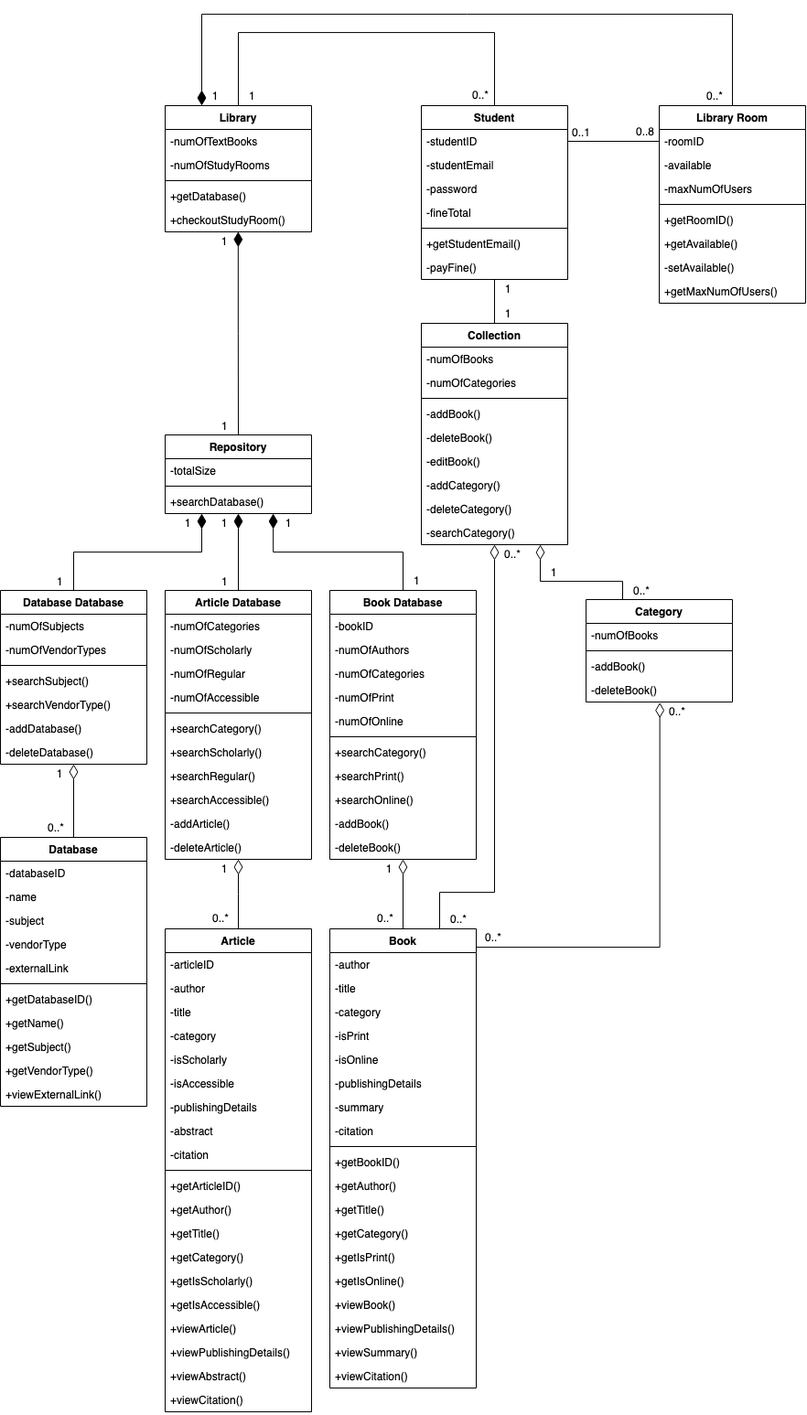
Above: imgs/Class Diagram.png in DavidB09/3354-bookworm (draw.io), before the change. Source tidied: cells renumbered, new cells last; positions are measured from the earlier drawing's top-left corner, leaving out a move shared by most shapes.
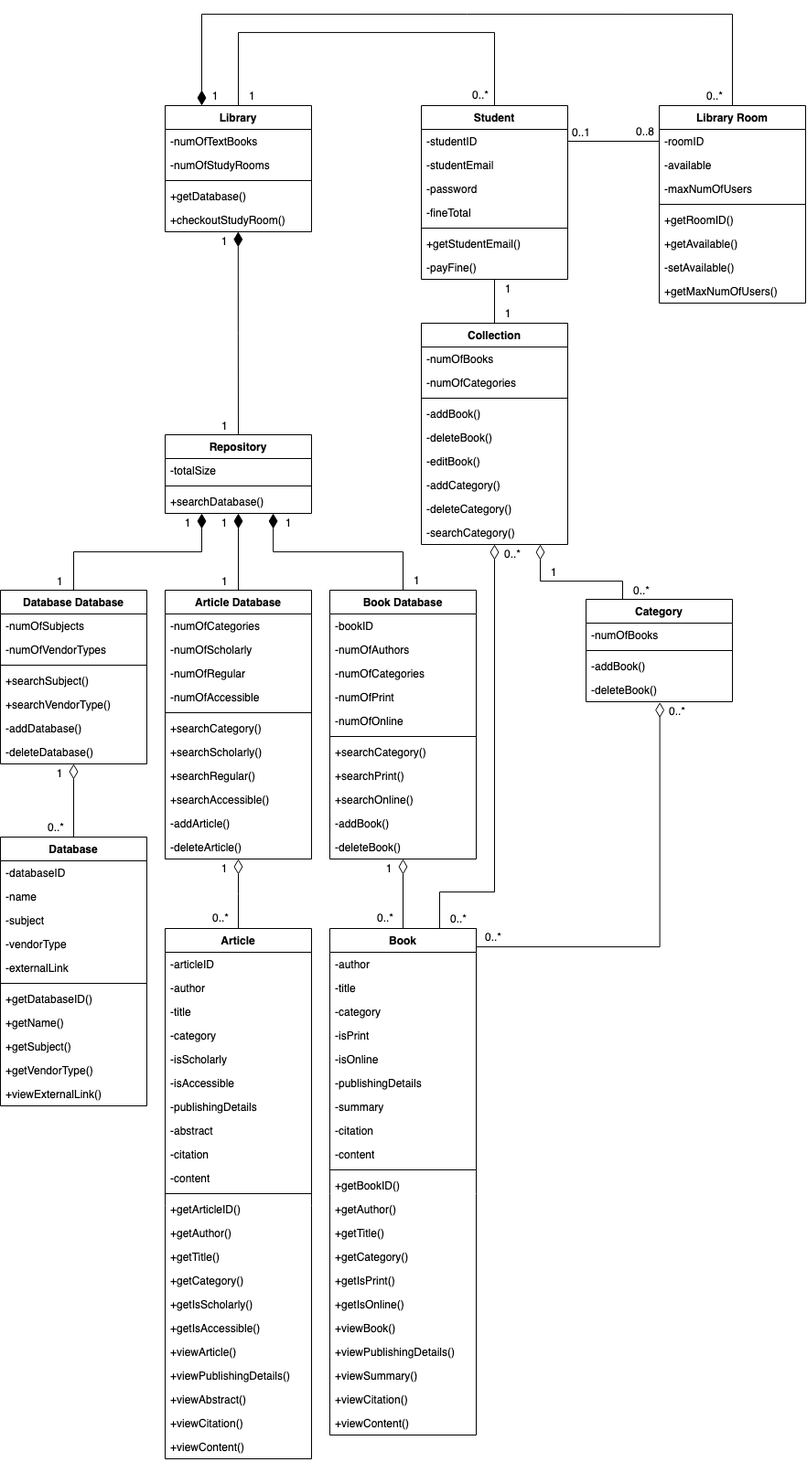
Above is the later version.

Commit message:
Update class diagrams and add Project Proposal doc from previous assignmet

Change to the diagram source:
```diff
@@ -224,7 +224,7 @@
       <mxGeometry y="268" width="160" height="26" as="geometry" />
     </mxCell>
     <mxCell id="74" value="Article" style="swimlane;fontStyle=1;align=center;verticalAlign=top;horizontal=1;startSize=26;whiteSpace=wrap;html=1;fontSize=12;" parent="1" vertex="1">
-      <mxGeometry x="180" y="1000" width="160" height="528" as="geometry" />
+      <mxGeometry x="180" y="1000" width="160" height="580" as="geometry" />
     </mxCell>
     <mxCell id="75" value="&lt;div style=&quot;font-size: 12px;&quot;&gt;-articleID&lt;/div&gt;" style="text;strokeColor=none;fillColor=none;align=left;verticalAlign=top;spacingLeft=4;spacingRight=4;overflow=hidden;whiteSpace=wrap;html=1;fontSize=12;" parent="74" vertex="1">
       <mxGeometry y="26" width="160" height="26" as="geometry" />
@@ -253,38 +253,44 @@
     <mxCell id="83" value="&lt;div style=&quot;font-size: 12px;&quot;&gt;-citation&lt;/div&gt;" style="text;strokeColor=none;fillColor=none;align=left;verticalAlign=top;spacingLeft=4;spacingRight=4;overflow=hidden;whiteSpace=wrap;html=1;fontSize=12;" parent="74" vertex="1">
       <mxGeometry y="234" width="160" height="26" as="geometry" />
     </mxCell>
+    <mxCell id="159" value="&lt;div style=&quot;font-size: 12px;&quot;&gt;-content&lt;/div&gt;" style="text;strokeColor=none;fillColor=none;align=left;verticalAlign=top;spacingLeft=4;spacingRight=4;overflow=hidden;whiteSpace=wrap;html=1;fontSize=12;" parent="74" vertex="1">
+      <mxGeometry y="260" width="160" height="26" as="geometry" />
+    </mxCell>
     <mxCell id="84" style="line;strokeWidth=1;fillColor=none;align=left;verticalAlign=middle;spacingTop=-1;spacingLeft=3;spacingRight=3;labelPosition=right;strokeColor=inherit;fontSize=12;" parent="74" vertex="1">
-      <mxGeometry y="260" width="160" height="8" as="geometry" />
+      <mxGeometry y="286" width="160" height="8" as="geometry" />
     </mxCell>
     <mxCell id="85" value="+getArticleID()" style="text;strokeColor=none;fillColor=none;align=left;verticalAlign=top;spacingLeft=4;spacingRight=4;overflow=hidden;whiteSpace=wrap;html=1;fontSize=12;" parent="74" vertex="1">
-      <mxGeometry y="268" width="160" height="26" as="geometry" />
+      <mxGeometry y="294" width="160" height="26" as="geometry" />
     </mxCell>
     <mxCell id="86" value="+getAuthor()" style="text;strokeColor=none;fillColor=none;align=left;verticalAlign=top;spacingLeft=4;spacingRight=4;overflow=hidden;whiteSpace=wrap;html=1;fontSize=12;" parent="74" vertex="1">
-      <mxGeometry y="294" width="160" height="26" as="geometry" />
+      <mxGeometry y="320" width="160" height="26" as="geometry" />
     </mxCell>
     <mxCell id="87" value="+getTitle()" style="text;strokeColor=none;fillColor=none;align=left;verticalAlign=top;spacingLeft=4;spacingRight=4;overflow=hidden;whiteSpace=wrap;html=1;fontSize=12;" parent="74" vertex="1">
-      <mxGeometry y="320" width="160" height="26" as="geometry" />
+      <mxGeometry y="346" width="160" height="26" as="geometry" />
     </mxCell>
     <mxCell id="88" value="+getCategory()" style="text;strokeColor=none;fillColor=none;align=left;verticalAlign=top;spacingLeft=4;spacingRight=4;overflow=hidden;whiteSpace=wrap;html=1;fontSize=12;" parent="74" vertex="1">
-      <mxGeometry y="346" width="160" height="26" as="geometry" />
+      <mxGeometry y="372" width="160" height="26" as="geometry" />
     </mxCell>
     <mxCell id="89" value="+getIsScholarly()" style="text;strokeColor=none;fillColor=none;align=left;verticalAlign=top;spacingLeft=4;spacingRight=4;overflow=hidden;whiteSpace=wrap;html=1;fontSize=12;" parent="74" vertex="1">
-      <mxGeometry y="372" width="160" height="26" as="geometry" />
+      <mxGeometry y="398" width="160" height="26" as="geometry" />
     </mxCell>
     <mxCell id="90" value="+getIsAccessible()" style="text;strokeColor=none;fillColor=none;align=left;verticalAlign=top;spacingLeft=4;spacingRight=4;overflow=hidden;whiteSpace=wrap;html=1;fontSize=12;" parent="74" vertex="1">
-      <mxGeometry y="398" width="160" height="26" as="geometry" />
+      <mxGeometry y="424" width="160" height="26" as="geometry" />
     </mxCell>
     <mxCell id="91" value="+viewArticle()" style="text;strokeColor=none;fillColor=none;align=left;verticalAlign=top;spacingLeft=4;spacingRight=4;overflow=hidden;whiteSpace=wrap;html=1;fontSize=12;" parent="74" vertex="1">
-      <mxGeometry y="424" width="160" height="26" as="geometry" />
+      <mxGeometry y="450" width="160" height="26" as="geometry" />
     </mxCell>
     <mxCell id="92" value="+viewPublishingDetails()" style="text;strokeColor=none;fillColor=none;align=left;verticalAlign=top;spacingLeft=4;spacingRight=4;overflow=hidden;whiteSpace=wrap;html=1;fontSize=12;" parent="74" vertex="1">
-      <mxGeometry y="450" width="160" height="26" as="geometry" />
+      <mxGeometry y="476" width="160" height="26" as="geometry" />
     </mxCell>
     <mxCell id="93" value="+viewAbstract()" style="text;strokeColor=none;fillColor=none;align=left;verticalAlign=top;spacingLeft=4;spacingRight=4;overflow=hidden;whiteSpace=wrap;html=1;fontSize=12;" parent="74" vertex="1">
-      <mxGeometry y="476" width="160" height="26" as="geometry" />
+      <mxGeometry y="502" width="160" height="26" as="geometry" />
     </mxCell>
+    <mxCell id="160" value="+viewCitation()" style="text;strokeColor=none;fillColor=none;align=left;verticalAlign=top;spacingLeft=4;spacingRight=4;overflow=hidden;whiteSpace=wrap;html=1;fontSize=12;" parent="74" vertex="1">
+      <mxGeometry y="528" width="160" height="26" as="geometry" />
+    </mxCell>
-    <mxCell id="94" value="+viewCitation()" style="text;strokeColor=none;fillColor=none;align=left;verticalAlign=top;spacingLeft=4;spacingRight=4;overflow=hidden;whiteSpace=wrap;html=1;fontSize=12;" parent="74" vertex="1">
-      <mxGeometry y="502" width="160" height="26" as="geometry" />
+    <mxCell id="94" value="+viewContent()" style="text;strokeColor=none;fillColor=none;align=left;verticalAlign=top;spacingLeft=4;spacingRight=4;overflow=hidden;whiteSpace=wrap;html=1;fontSize=12;" parent="74" vertex="1">
+      <mxGeometry y="554" width="160" height="26" as="geometry" />
     </mxCell>
     <mxCell id="95" value="0..*" style="endArrow=none;html=1;endSize=12;startArrow=diamondThin;startSize=14;startFill=0;edgeStyle=orthogonalEdgeStyle;align=left;verticalAlign=bottom;rounded=0;fontSize=12;exitX=0.5;exitY=1;exitDx=0;exitDy=0;entryX=0.5;entryY=0;entryDx=0;entryDy=0;endFill=0;" parent="1" edge="1" source="8" target="62">
       <mxGeometry x="1" y="-30" relative="1" as="geometry" />
@@ -305,7 +311,7 @@
       <mxGeometry x="230" y="924" width="30" height="22" as="geometry" />
     </mxCell>
     <mxCell id="99" value="Book" style="swimlane;fontStyle=1;align=center;verticalAlign=top;horizontal=1;startSize=26;whiteSpace=wrap;html=1;fontSize=12;" parent="1" vertex="1">
-      <mxGeometry x="360" y="1000" width="160" height="502" as="geometry" />
+      <mxGeometry x="360" y="1000" width="160" height="554" as="geometry" />
     </mxCell>
     <mxCell id="100" value="&lt;div style=&quot;font-size: 12px;&quot;&gt;-author&lt;/div&gt;" style="text;strokeColor=none;fillColor=none;align=left;verticalAlign=top;spacingLeft=4;spacingRight=4;overflow=hidden;whiteSpace=wrap;html=1;fontSize=12;" parent="99" vertex="1">
       <mxGeometry y="26" width="160" height="26" as="geometry" />
@@ -331,39 +337,45 @@
     <mxCell id="107" value="-citation" style="text;strokeColor=none;fillColor=none;align=left;verticalAlign=top;spacingLeft=4;spacingRight=4;overflow=hidden;whiteSpace=wrap;html=1;fontSize=12;" parent="99" vertex="1">
       <mxGeometry y="208" width="160" height="26" as="geometry" />
     </mxCell>
+    <mxCell id="161" value="-content" style="text;strokeColor=none;fillColor=none;align=left;verticalAlign=top;spacingLeft=4;spacingRight=4;overflow=hidden;whiteSpace=wrap;html=1;fontSize=12;" parent="99" vertex="1">
+      <mxGeometry y="234" width="160" height="26" as="geometry" />
+    </mxCell>
     <mxCell id="108" style="line;strokeWidth=1;fillColor=none;align=left;verticalAlign=middle;spacingTop=-1;spacingLeft=3;spacingRight=3;labelPosition=right;strokeColor=inherit;fontSize=12;" parent="99" vertex="1">
-      <mxGeometry y="234" width="160" height="8" as="geometry" />
+      <mxGeometry y="260" width="160" height="8" as="geometry" />
     </mxCell>
     <mxCell id="109" value="+getBookID()" style="text;strokeColor=none;fillColor=none;align=left;verticalAlign=top;spacingLeft=4;spacingRight=4;overflow=hidden;whiteSpace=wrap;html=1;fontSize=12;" parent="99" vertex="1">
-      <mxGeometry y="242" width="160" height="26" as="geometry" />
+      <mxGeometry y="268" width="160" height="26" as="geometry" />
     </mxCell>
     <mxCell id="110" value="+getAuthor()" style="text;strokeColor=none;fillColor=none;align=left;verticalAlign=top;spacingLeft=4;spacingRight=4;overflow=hidden;whiteSpace=wrap;html=1;fontSize=12;" parent="99" vertex="1">
-      <mxGeometry y="268" width="160" height="26" as="geometry" />
+      <mxGeometry y="294" width="160" height="26" as="geometry" />
     </mxCell>
     <mxCell id="111" value="+getTitle()" style="text;strokeColor=none;fillColor=none;align=left;verticalAlign=top;spacingLeft=4;spacingRight=4;overflow=hidden;whiteSpace=wrap;html=1;fontSize=12;" parent="99" vertex="1">
-      <mxGeometry y="294" width="160" height="26" as="geometry" />
+      <mxGeometry y="320" width="160" height="26" as="geometry" />
     </mxCell>
     <mxCell id="112" value="+getCategory()" style="text;strokeColor=none;fillColor=none;align=left;verticalAlign=top;spacingLeft=4;spacingRight=4;overflow=hidden;whiteSpace=wrap;html=1;fontSize=12;" parent="99" vertex="1">
-      <mxGeometry y="320" width="160" height="26" as="geometry" />
+      <mxGeometry y="346" width="160" height="26" as="geometry" />
     </mxCell>
     <mxCell id="113" value="+getIsPrint()" style="text;strokeColor=none;fillColor=none;align=left;verticalAlign=top;spacingLeft=4;spacingRight=4;overflow=hidden;whiteSpace=wrap;html=1;fontSize=12;" parent="99" vertex="1">
-      <mxGeometry y="346" width="160" height="26" as="geometry" />
+      <mxGeometry y="372" width="160" height="26" as="geometry" />
     </mxCell>
     <mxCell id="114" value="+getIsOnline()" style="text;strokeColor=none;fillColor=none;align=left;verticalAlign=top;spacingLeft=4;spacingRight=4;overflow=hidden;whiteSpace=wrap;html=1;fontSize=12;" parent="99" vertex="1">
-      <mxGeometry y="372" width="160" height="26" as="geometry" />
+      <mxGeometry y="398" width="160" height="26" as="geometry" />
     </mxCell>
     <mxCell id="115" value="+viewBook()" style="text;strokeColor=none;fillColor=none;align=left;verticalAlign=top;spacingLeft=4;spacingRight=4;overflow=hidden;whiteSpace=wrap;html=1;fontSize=12;" parent="99" vertex="1">
-      <mxGeometry y="398" width="160" height="26" as="geometry" />
+      <mxGeometry y="424" width="160" height="26" as="geometry" />
     </mxCell>
     <mxCell id="116" value="+viewPublishingDetails()" style="text;strokeColor=none;fillColor=none;align=left;verticalAlign=top;spacingLeft=4;spacingRight=4;overflow=hidden;whiteSpace=wrap;html=1;fontSize=12;" parent="99" vertex="1">
-      <mxGeometry y="424" width="160" height="26" as="geometry" />
+      <mxGeometry y="450" width="160" height="26" as="geometry" />
     </mxCell>
     <mxCell id="117" value="+viewSummary()" style="text;strokeColor=none;fillColor=none;align=left;verticalAlign=top;spacingLeft=4;spacingRight=4;overflow=hidden;whiteSpace=wrap;html=1;fontSize=12;" parent="99" vertex="1">
-      <mxGeometry y="450" width="160" height="26" as="geometry" />
+      <mxGeometry y="476" width="160" height="26" as="geometry" />
     </mxCell>
     <mxCell id="118" value="+viewCitation()" style="text;strokeColor=none;fillColor=none;align=left;verticalAlign=top;spacingLeft=4;spacingRight=4;overflow=hidden;whiteSpace=wrap;html=1;fontSize=12;" parent="99" vertex="1">
-      <mxGeometry y="476" width="160" height="26" as="geometry" />
+      <mxGeometry y="502" width="160" height="26" as="geometry" />
     </mxCell>
+    <mxCell id="162" value="+viewContent()" style="text;strokeColor=none;fillColor=none;align=left;verticalAlign=top;spacingLeft=4;spacingRight=4;overflow=hidden;whiteSpace=wrap;html=1;fontSize=12;" parent="99" vertex="1">
+      <mxGeometry y="528" width="160" height="26" as="geometry" />
+    </mxCell>
     <mxCell id="119" value="0..*" style="endArrow=none;html=1;endSize=12;startArrow=diamondThin;startSize=14;startFill=0;edgeStyle=orthogonalEdgeStyle;align=left;verticalAlign=bottom;rounded=0;fontSize=12;endFill=0;exitX=0.5;exitY=1;exitDx=0;exitDy=0;entryX=0.5;entryY=0;entryDx=0;entryDy=0;" parent="1" edge="1" target="99">
       <mxGeometry x="1" y="-30" relative="1" as="geometry">
         <mxPoint x="440" y="924" as="sourcePoint" />
```
